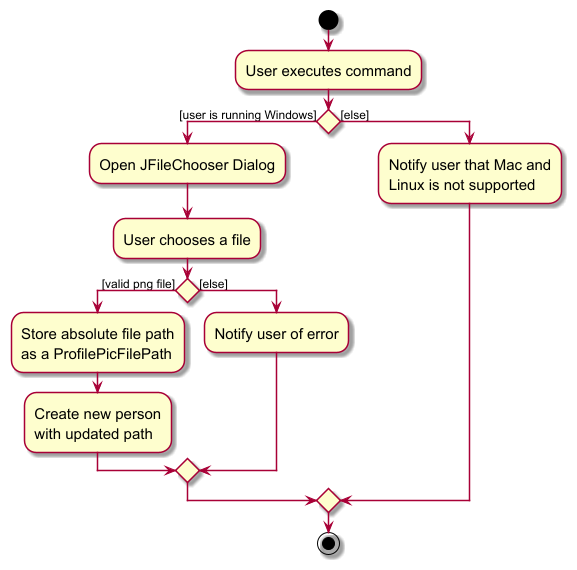
Before: docs/images/UploadActivityDiagram.png, a diagram exported from PlantUML (nus-cs2103-AY2425S1/tp).
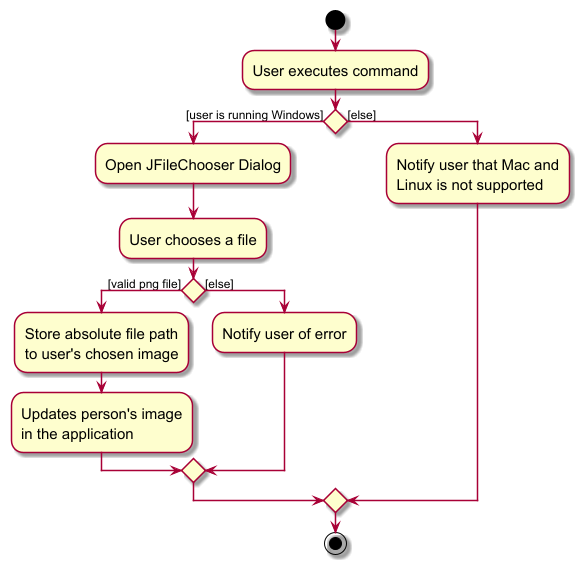
Later version of the same file.

Diff of the diagram source:
```diff
@@ -11,9 +11,9 @@
     :User chooses a file;
         if () then ([valid png file])
         :Store absolute file path
-        as a ProfilePicFilePath;
-        :Create new person
-        with updated path;
+        to user's chosen image;
+        :Updates person's image
+        in the application;
         else ([else])
         :Notify user of error;
         endif
```
